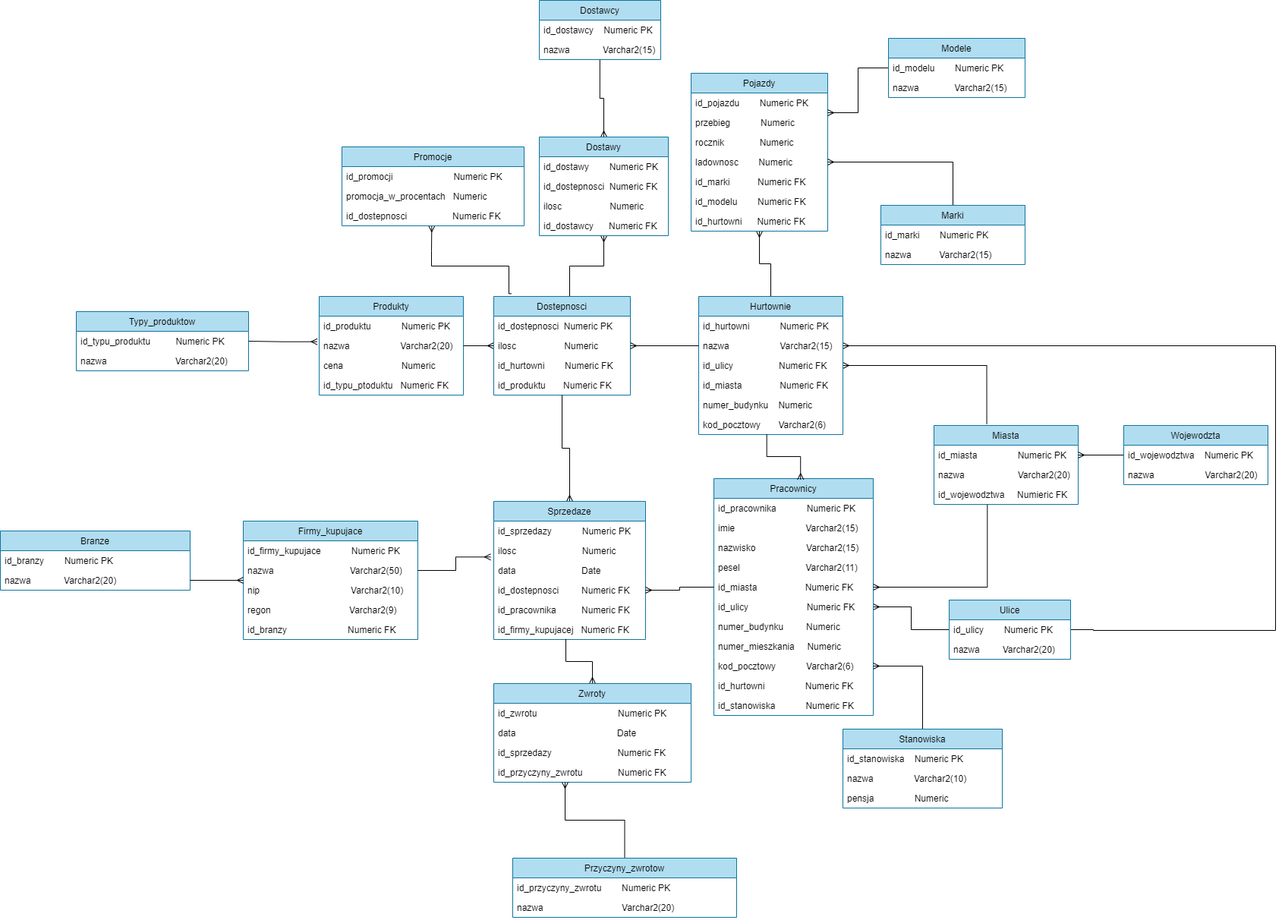
Above: baza/diagram.png in Makrol/Bazy_danych_2 (draw.io), before the change. Source tidied: cells renumbered, new cells last; positions are measured from the earlier drawing's top-left corner, leaving out a move shared by most shapes.
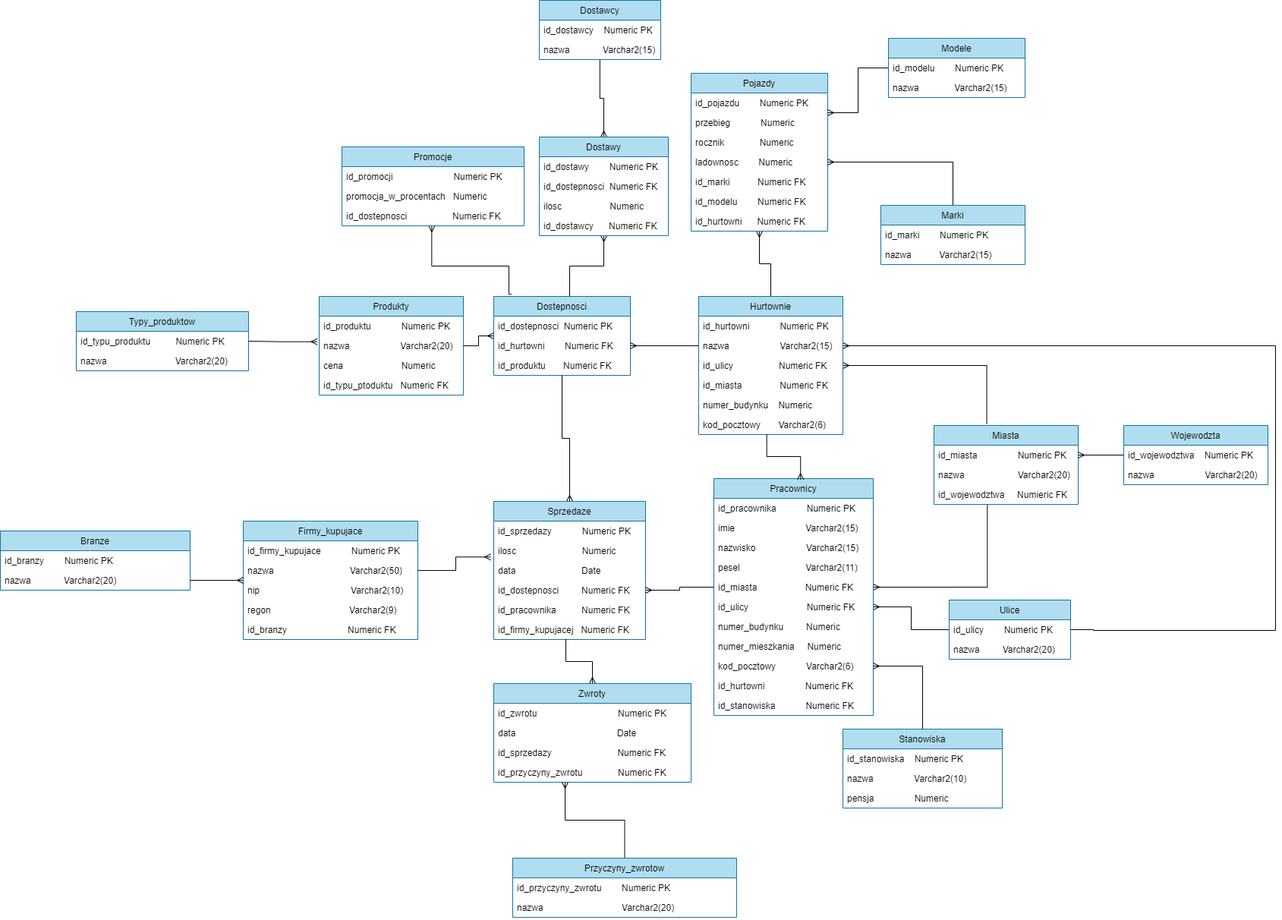
Later version of the same file.

Commit message:
Diagram hurtowni i przenoszenia danych z bazy do hurtowni

Diff of the diagram source:
```diff
@@ -174,22 +174,21 @@
       </mxGeometry>
     </mxCell>
     <mxCell id="51" value="Dostepnosci" style="swimlane;fontStyle=0;horizontal=1;startSize=26;fillColor=#b1ddf0;strokeColor=#10739e;" parent="1" vertex="1">
-      <mxGeometry x="650" y="390" width="180" height="130" as="geometry" />
+      <mxGeometry x="650" y="390" width="180" height="104" as="geometry" />
     </mxCell>
     <mxCell id="52" value="id_dostepnosci  Numeric PK" style="text;strokeColor=none;fillColor=none;align=left;verticalAlign=top;spacingLeft=4;spacingRight=4;overflow=hidden;" parent="51" vertex="1">
       <mxGeometry y="26" width="180" height="26" as="geometry" />
     </mxCell>
-    <mxCell id="53" value="ilosc                   Numeric" style="text;strokeColor=none;fillColor=none;align=left;verticalAlign=top;spacingLeft=4;spacingRight=4;overflow=hidden;points=[[0,0.5],[1,0.5]];portConstraint=eastwest;" parent="51" vertex="1">
-      <mxGeometry y="52" width="180" height="26" as="geometry" />
-    </mxCell>
     <mxCell id="54" value="id_hurtowni        Numeric FK" style="text;strokeColor=none;fillColor=none;align=left;verticalAlign=top;spacingLeft=4;spacingRight=4;overflow=hidden;" parent="51" vertex="1">
-      <mxGeometry y="78" width="180" height="26" as="geometry" />
+      <mxGeometry y="52" width="180" height="26" as="geometry" />
     </mxCell>
     <mxCell id="55" value="id_produktu       Numeric FK" style="text;strokeColor=none;fillColor=none;align=left;verticalAlign=top;spacingLeft=4;spacingRight=4;overflow=hidden;" parent="51" vertex="1">
-      <mxGeometry y="104" width="180" height="26" as="geometry" />
+      <mxGeometry y="78" width="180" height="26" as="geometry" />
     </mxCell>
-    <mxCell id="56" style="edgeStyle=orthogonalEdgeStyle;rounded=0;jettySize=auto;html=1;exitX=1;exitY=0.5;exitDx=0;exitDy=0;entryX=0;entryY=0.5;entryDx=0;entryDy=0;startArrow=ERmany;startFill=0;endArrow=none;endFill=0;" parent="1" edge="1" source="53" target="28">
-      <mxGeometry relative="1" as="geometry" />
+    <mxCell id="56" style="edgeStyle=orthogonalEdgeStyle;rounded=0;jettySize=auto;html=1;exitX=1;exitY=0.5;exitDx=0;exitDy=0;entryX=0;entryY=0.5;entryDx=0;entryDy=0;startArrow=ERmany;startFill=0;endArrow=none;endFill=0;" parent="1" edge="1" target="28">
+      <mxGeometry relative="1" as="geometry">
+        <mxPoint x="830" y="455" as="sourcePoint" />
+      </mxGeometry>
     </mxCell>
     <mxCell id="57" style="edgeStyle=orthogonalEdgeStyle;rounded=0;jettySize=auto;html=1;entryX=0.5;entryY=1;entryDx=0;entryDy=0;startArrow=ERmany;startFill=0;endArrow=none;endFill=0;" parent="1" edge="1" source="58" target="51">
       <mxGeometry relative="1" as="geometry" />
```
